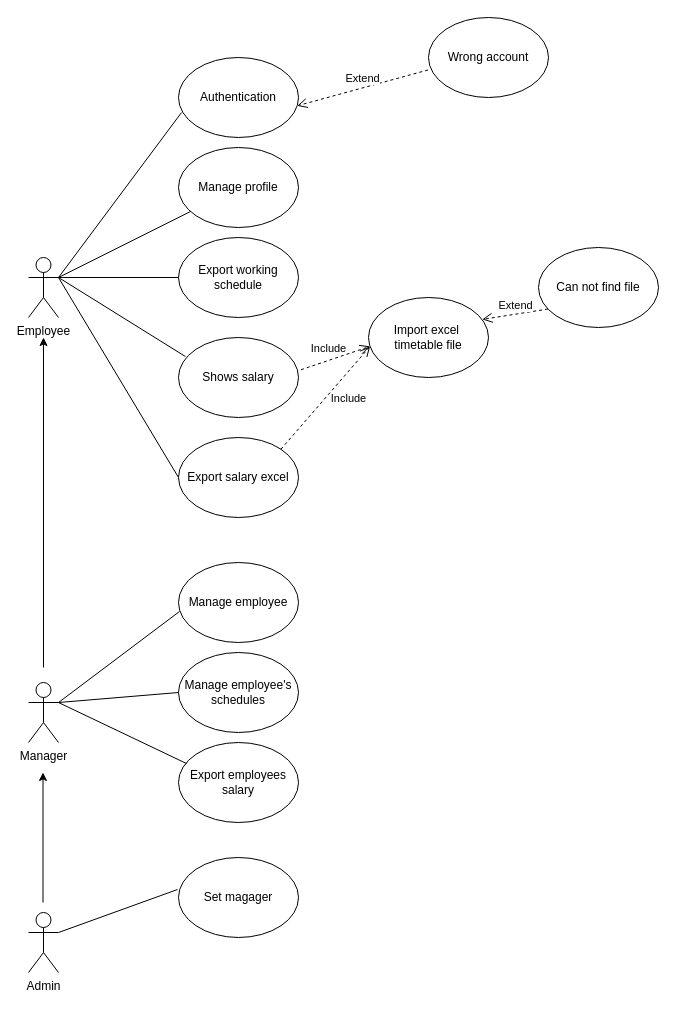
The draw.io diagram Diagram/Use Case Diagram.drawio in hakunhan/employee_management, before the edit. Source tidied: cells renumbered, new cells numbered last; positions are measured from the earlier drawing's top-left corner, leaving out a move shared by most shapes. Both pictures are drawn from the tidied source at 100%, with x=0, y=0 at pixel (28, 17).
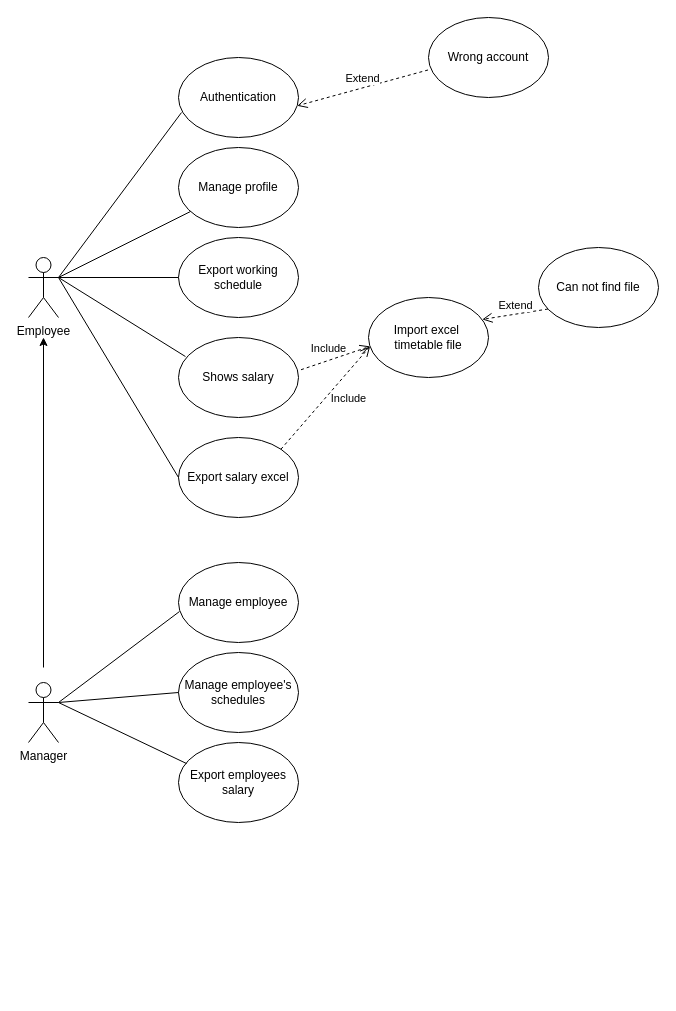
Above is the later version.

Diff of the diagram source:
```diff
@@
-    <mxCell id="4" value="Admin" style="shape=umlActor;verticalLabelPosition=bottom;verticalAlign=top;html=1;outlineConnect=0;" parent="1" vertex="1">
-      <mxGeometry y="895" width="30" height="60" as="geometry" />
-    </mxCell>
@@
-    <mxCell id="12" value="Set magager" style="ellipse;whiteSpace=wrap;html=1;" parent="1" vertex="1">
-      <mxGeometry x="150" y="840" width="120" height="80" as="geometry" />
-    </mxCell>
@@
-    <mxCell id="19" style="endArrow=none;html=1;exitX=1;exitY=0.3333333333333333;exitDx=0;exitDy=0;exitPerimeter=0;entryX=-0.008;entryY=0.4;entryDx=0;entryDy=0;entryPerimeter=0;" parent="1" edge="1" source="4" target="12">
-      <mxGeometry relative="1" as="geometry" />
-    </mxCell>
-    <mxCell id="20" style="endArrow=classic;html=1;" parent="1" edge="1">
-      <mxGeometry relative="1" as="geometry">
-        <mxPoint x="14.5" y="885" as="sourcePoint" />
-        <mxPoint x="14.5" y="755" as="targetPoint" />
-      </mxGeometry>
-    </mxCell>
```
